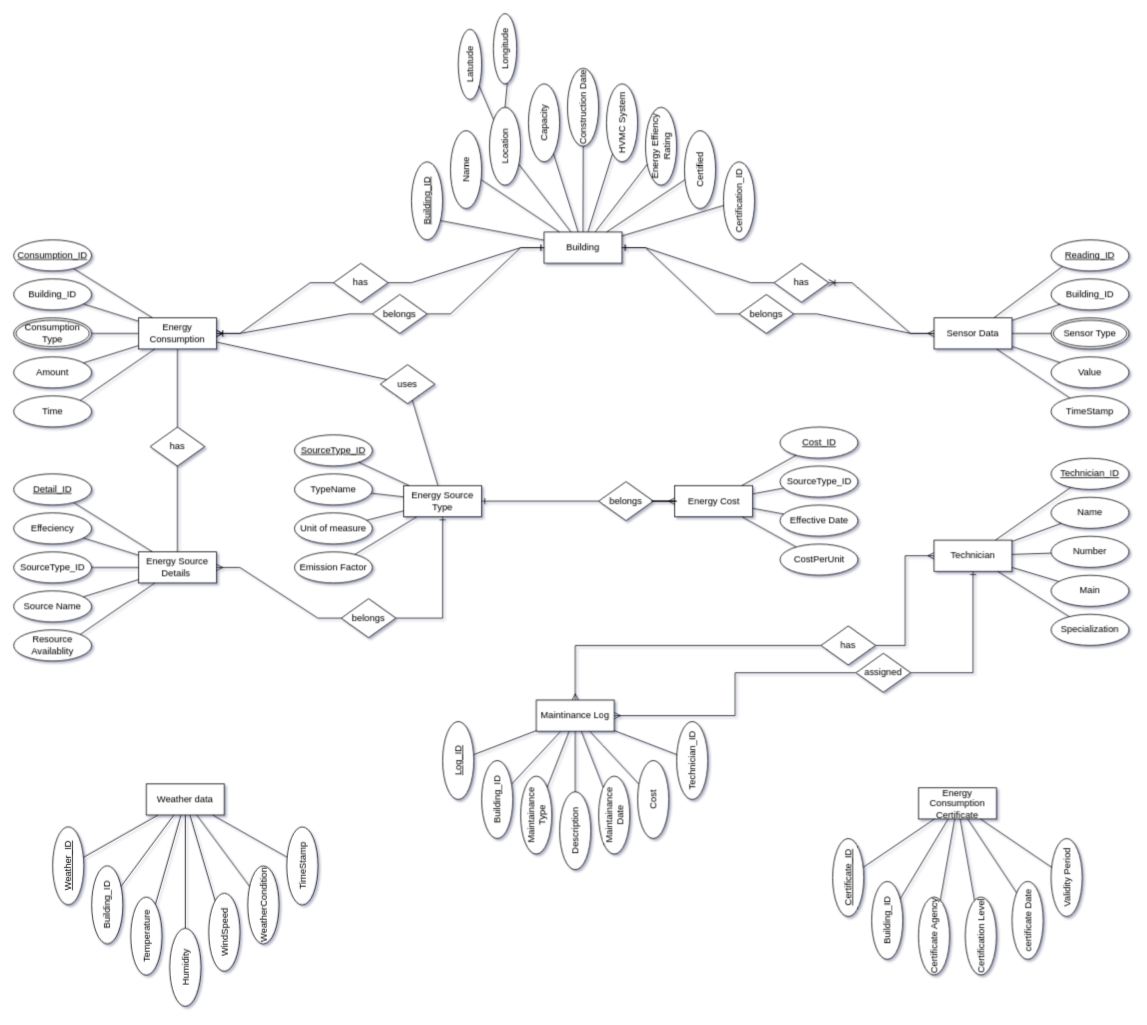
This is Energy.drawio from Navin2k4/DBMS_Lab, a draw.io file, before an edit. Source tidied: cells renumbered, new cells numbered last; positions are measured from the earlier drawing's top-left corner, leaving out a move shared by most shapes. Both pictures are drawn from the tidied source at 78%, with x=0, y=0 at pixel (13, 37).
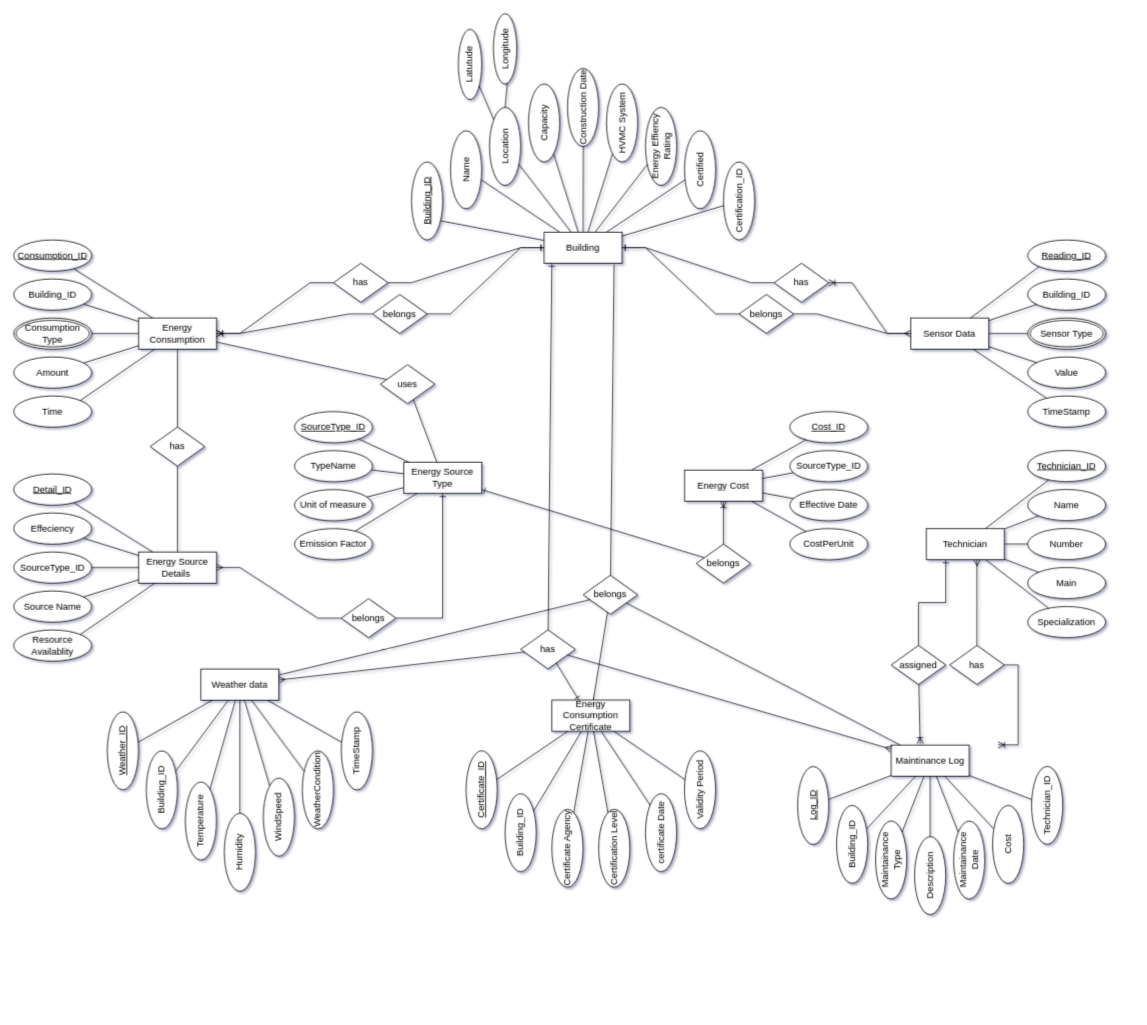
The same diagram, later.

The change refers to these unchanged cells:
```xml
<mxCell id="2" value="Building" style="whiteSpace=wrap;html=1;align=center;" parent="1" vertex="1">
  <mxGeometry x="680" y="250" width="100" height="40" as="geometry" />
</mxCell>
```

Change to the diagram source:
```diff
@@
     <mxCell id="25" value="Sensor Data" style="whiteSpace=wrap;html=1;align=center;" parent="1" vertex="1">
-      <mxGeometry x="1180" y="360" width="100" height="40" as="geometry" />
+      <mxGeometry x="1150" y="360" width="100" height="40" as="geometry" />
     </mxCell>
     <mxCell id="26" value="Building_ID" style="ellipse;whiteSpace=wrap;html=1;align=center;" parent="1" vertex="1">
-      <mxGeometry x="1330" y="310" width="100" height="40" as="geometry" />
+      <mxGeometry x="1300" y="310" width="100" height="40" as="geometry" />
     </mxCell>
     <mxCell id="27" value="Reading_ID" style="ellipse;whiteSpace=wrap;html=1;align=center;fontStyle=4;" parent="1" vertex="1">
-      <mxGeometry x="1330" y="260" width="100" height="40" as="geometry" />
+      <mxGeometry x="1300" y="260" width="100" height="40" as="geometry" />
     </mxCell>
     <mxCell id="28" value="Sensor Type" style="ellipse;shape=doubleEllipse;margin=3;whiteSpace=wrap;html=1;align=center;" parent="1" vertex="1">
-      <mxGeometry x="1330" y="360" width="100" height="40" as="geometry" />
+      <mxGeometry x="1300" y="360" width="100" height="40" as="geometry" />
     </mxCell>
     <mxCell id="29" value="Value" style="ellipse;whiteSpace=wrap;html=1;align=center;" parent="1" vertex="1">
-      <mxGeometry x="1330" y="410" width="100" height="40" as="geometry" />
+      <mxGeometry x="1300" y="410" width="100" height="40" as="geometry" />
     </mxCell>
     <mxCell id="30" value="TimeStamp" style="ellipse;whiteSpace=wrap;html=1;align=center;" parent="1" vertex="1">
-      <mxGeometry x="1330" y="460" width="100" height="40" as="geometry" />
+      <mxGeometry x="1300" y="460" width="100" height="40" as="geometry" />
     </mxCell>
@@
     <mxCell id="47" value="Energy Source Type" style="whiteSpace=wrap;html=1;align=center;" parent="1" vertex="1">
-      <mxGeometry x="500" y="575" width="100" height="40" as="geometry" />
+      <mxGeometry x="500" y="545" width="100" height="40" as="geometry" />
     </mxCell>
@@
     <mxCell id="54" value="SourceType_ID" style="ellipse;whiteSpace=wrap;html=1;align=center;fontStyle=4;" parent="1" vertex="1">
-      <mxGeometry x="360" y="510" width="100" height="40" as="geometry" />
+      <mxGeometry x="360" y="480" width="100" height="40" as="geometry" />
     </mxCell>
     <mxCell id="55" value="TypeName" style="ellipse;whiteSpace=wrap;html=1;align=center;" parent="1" vertex="1">
-      <mxGeometry x="360" y="560" width="100" height="40" as="geometry" />
+      <mxGeometry x="360" y="530" width="100" height="40" as="geometry" />
     </mxCell>
     <mxCell id="56" value="Emission Factor" style="ellipse;whiteSpace=wrap;html=1;align=center;" parent="1" vertex="1">
-      <mxGeometry x="360" y="660" width="100" height="40" as="geometry" />
+      <mxGeometry x="360" y="630" width="100" height="40" as="geometry" />
     </mxCell>
     <mxCell id="57" value="Unit of measure" style="ellipse;whiteSpace=wrap;html=1;align=center;" parent="1" vertex="1">
-      <mxGeometry x="360" y="610" width="100" height="40" as="geometry" />
+      <mxGeometry x="360" y="580" width="100" height="40" as="geometry" />
     </mxCell>
@@
     <mxCell id="67" value="Energy Cost" style="whiteSpace=wrap;html=1;align=center;" parent="1" vertex="1">
-      <mxGeometry x="847.5" y="575" width="100" height="40" as="geometry" />
+      <mxGeometry x="860" y="555" width="100" height="40" as="geometry" />
     </mxCell>
     <mxCell id="68" value="Cost_ID" style="ellipse;whiteSpace=wrap;html=1;align=center;fontStyle=4;" parent="1" vertex="1">
-      <mxGeometry x="982.5" y="500" width="100" height="40" as="geometry" />
+      <mxGeometry x="995" y="480" width="100" height="40" as="geometry" />
     </mxCell>
     <mxCell id="69" value="SourceType_ID" style="ellipse;whiteSpace=wrap;html=1;align=center;" parent="1" vertex="1">
-      <mxGeometry x="982.5" y="550" width="100" height="40" as="geometry" />
+      <mxGeometry x="995" y="530" width="100" height="40" as="geometry" />
     </mxCell>
     <mxCell id="70" value="CostPerUnit" style="ellipse;whiteSpace=wrap;html=1;align=center;" parent="1" vertex="1">
-      <mxGeometry x="982.5" y="650" width="100" height="40" as="geometry" />
+      <mxGeometry x="995" y="630" width="100" height="40" as="geometry" />
     </mxCell>
     <mxCell id="71" value="Effective Date" style="ellipse;whiteSpace=wrap;html=1;align=center;" parent="1" vertex="1">
-      <mxGeometry x="982.5" y="600" width="100" height="40" as="geometry" />
+      <mxGeometry x="995" y="580" width="100" height="40" as="geometry" />
     </mxCell>
@@
     <mxCell id="76" value="Weather data" style="whiteSpace=wrap;html=1;align=center;rotation=0;" parent="1" vertex="1">
-      <mxGeometry x="170" y="957.5" width="100" height="40" as="geometry" />
+      <mxGeometry x="240" y="810" width="100" height="40" as="geometry" />
     </mxCell>
     <mxCell id="77" value="Weather_ID" style="ellipse;whiteSpace=wrap;html=1;align=center;fontStyle=4;rotation=-90;" parent="1" vertex="1">
-      <mxGeometry x="20" y="1042.5" width="100" height="40" as="geometry" />
+      <mxGeometry x="90" y="895" width="100" height="40" as="geometry" />
     </mxCell>
     <mxCell id="78" value="Building_ID" style="ellipse;whiteSpace=wrap;html=1;align=center;rotation=-90;" parent="1" vertex="1">
-      <mxGeometry x="70" y="1092.5" width="100" height="40" as="geometry" />
+      <mxGeometry x="140" y="945" width="100" height="40" as="geometry" />
     </mxCell>
     <mxCell id="79" value="WindSpeed" style="ellipse;whiteSpace=wrap;html=1;align=center;rotation=-90;" parent="1" vertex="1">
-      <mxGeometry x="220" y="1127.5" width="100" height="40" as="geometry" />
+      <mxGeometry x="290" y="980" width="100" height="40" as="geometry" />
     </mxCell>
     <mxCell id="80" value="Humidity" style="ellipse;whiteSpace=wrap;html=1;align=center;rotation=-90;" parent="1" vertex="1">
-      <mxGeometry x="170" y="1172.5" width="100" height="40" as="geometry" />
+      <mxGeometry x="240" y="1025" width="100" height="40" as="geometry" />
     </mxCell>
     <mxCell id="81" value="Temperature" style="ellipse;whiteSpace=wrap;html=1;align=center;rotation=-90;" parent="1" vertex="1">
-      <mxGeometry x="120" y="1132.5" width="100" height="40" as="geometry" />
+      <mxGeometry x="190" y="985" width="100" height="40" as="geometry" />
     </mxCell>
@@
     <mxCell id="87" value="WeatherCondition" style="ellipse;whiteSpace=wrap;html=1;align=center;rotation=-90;" parent="1" vertex="1">
-      <mxGeometry x="270" y="1092.5" width="100" height="40" as="geometry" />
+      <mxGeometry x="340" y="945" width="100" height="40" as="geometry" />
     </mxCell>
     <mxCell id="88" value="TimeStamp" style="ellipse;whiteSpace=wrap;html=1;align=center;rotation=-90;" parent="1" vertex="1">
-      <mxGeometry x="320" y="1042.5" width="100" height="40" as="geometry" />
+      <mxGeometry x="390" y="895" width="100" height="40" as="geometry" />
     </mxCell>
@@
     <mxCell id="91" value="Maintinance Log" style="whiteSpace=wrap;html=1;align=center;" parent="1" vertex="1">
-      <mxGeometry x="670" y="850" width="100" height="40" as="geometry" />
+      <mxGeometry x="1125" y="907.5" width="100" height="40" as="geometry" />
     </mxCell>
     <mxCell id="92" value="Log_ID" style="ellipse;whiteSpace=wrap;html=1;align=center;fontStyle=4;rotation=-90;" parent="1" vertex="1">
-      <mxGeometry x="520" y="907.5" width="100" height="40" as="geometry" />
+      <mxGeometry x="975" y="965" width="100" height="40" as="geometry" />
     </mxCell>
     <mxCell id="93" value="Building_ID" style="ellipse;whiteSpace=wrap;html=1;align=center;rotation=-90;" parent="1" vertex="1">
-      <mxGeometry x="570" y="957.5" width="100" height="40" as="geometry" />
+      <mxGeometry x="1025" y="1015" width="100" height="40" as="geometry" />
     </mxCell>
     <mxCell id="94" value="Maintainance Date" style="ellipse;whiteSpace=wrap;html=1;align=center;rotation=-90;" parent="1" vertex="1">
-      <mxGeometry x="720" y="977.5" width="100" height="40" as="geometry" />
+      <mxGeometry x="1175" y="1035" width="100" height="40" as="geometry" />
     </mxCell>
     <mxCell id="95" value="Description" style="ellipse;whiteSpace=wrap;html=1;align=center;rotation=-90;" parent="1" vertex="1">
-      <mxGeometry x="670" y="997.5" width="100" height="40" as="geometry" />
+      <mxGeometry x="1125" y="1055" width="100" height="40" as="geometry" />
     </mxCell>
     <mxCell id="96" value="Maintainance Type" style="ellipse;whiteSpace=wrap;html=1;align=center;rotation=-90;" parent="1" vertex="1">
-      <mxGeometry x="620" y="977.5" width="100" height="40" as="geometry" />
+      <mxGeometry x="1075" y="1035" width="100" height="40" as="geometry" />
     </mxCell>
@@
     <mxCell id="102" value="Cost" style="ellipse;whiteSpace=wrap;html=1;align=center;rotation=-90;" parent="1" vertex="1">
-      <mxGeometry x="770" y="957.5" width="100" height="40" as="geometry" />
+      <mxGeometry x="1225" y="1015" width="100" height="40" as="geometry" />
     </mxCell>
     <mxCell id="103" value="Technician_ID" style="ellipse;whiteSpace=wrap;html=1;align=center;rotation=-90;" parent="1" vertex="1">
-      <mxGeometry x="820" y="907.5" width="100" height="40" as="geometry" />
+      <mxGeometry x="1275" y="965" width="100" height="40" as="geometry" />
     </mxCell>
@@
     <mxCell id="106" value="Technician" style="whiteSpace=wrap;html=1;align=center;" parent="1" vertex="1">
-      <mxGeometry x="1180" y="645" width="100" height="40" as="geometry" />
+      <mxGeometry x="1170" y="630" width="100" height="40" as="geometry" />
     </mxCell>
     <mxCell id="107" value="Technician_ID" style="ellipse;whiteSpace=wrap;html=1;align=center;fontStyle=4;" parent="1" vertex="1">
-      <mxGeometry x="1330" y="540" width="100" height="40" as="geometry" />
+      <mxGeometry x="1300" y="530" width="100" height="40" as="geometry" />
     </mxCell>
     <mxCell id="108" value="Name" style="ellipse;whiteSpace=wrap;html=1;align=center;" parent="1" vertex="1">
-      <mxGeometry x="1330" y="590" width="100" height="40" as="geometry" />
+      <mxGeometry x="1300" y="580" width="100" height="40" as="geometry" />
     </mxCell>
     <mxCell id="109" value="Specialization" style="ellipse;whiteSpace=wrap;html=1;align=center;" parent="1" vertex="1">
-      <mxGeometry x="1330" y="740" width="100" height="40" as="geometry" />
+      <mxGeometry x="1300" y="730" width="100" height="40" as="geometry" />
     </mxCell>
     <mxCell id="110" value="Main" style="ellipse;whiteSpace=wrap;html=1;align=center;" parent="1" vertex="1">
-      <mxGeometry x="1330" y="690" width="100" height="40" as="geometry" />
+      <mxGeometry x="1300" y="680" width="100" height="40" as="geometry" />
     </mxCell>
     <mxCell id="111" value="Number" style="ellipse;whiteSpace=wrap;html=1;align=center;" parent="1" vertex="1">
-      <mxGeometry x="1330" y="640" width="100" height="40" as="geometry" />
+      <mxGeometry x="1300" y="630" width="100" height="40" as="geometry" />
     </mxCell>
@@
     <mxCell id="117" value="Energy Consumption&lt;br&gt;Certificate" style="whiteSpace=wrap;html=1;align=center;" parent="1" vertex="1">
-      <mxGeometry x="1160" y="962.5" width="100" height="40" as="geometry" />
+      <mxGeometry x="690" y="850" width="100" height="40" as="geometry" />
     </mxCell>
     <mxCell id="118" value="Certificate_ID" style="ellipse;whiteSpace=wrap;html=1;align=center;fontStyle=4;rotation=-90;" parent="1" vertex="1">
-      <mxGeometry x="1020" y="1057.5" width="100" height="40" as="geometry" />
+      <mxGeometry x="550" y="945" width="100" height="40" as="geometry" />
     </mxCell>
     <mxCell id="119" value="Building_ID" style="ellipse;whiteSpace=wrap;html=1;align=center;rotation=-90;" parent="1" vertex="1">
-      <mxGeometry x="1070" y="1112.5" width="100" height="40" as="geometry" />
+      <mxGeometry x="600" y="1000" width="100" height="40" as="geometry" />
     </mxCell>
     <mxCell id="120" value="certificate Date" style="ellipse;whiteSpace=wrap;html=1;align=center;rotation=-90;" parent="1" vertex="1">
-      <mxGeometry x="1250" y="1112.5" width="100" height="40" as="geometry" />
+      <mxGeometry x="780" y="1000" width="100" height="40" as="geometry" />
     </mxCell>
     <mxCell id="121" value="Certification Level" style="ellipse;whiteSpace=wrap;html=1;align=center;rotation=-90;" parent="1" vertex="1">
-      <mxGeometry x="1190" y="1132.5" width="100" height="40" as="geometry" />
+      <mxGeometry x="720" y="1020" width="100" height="40" as="geometry" />
     </mxCell>
     <mxCell id="122" value="Certificate Agency" style="ellipse;whiteSpace=wrap;html=1;align=center;rotation=-90;" parent="1" vertex="1">
-      <mxGeometry x="1130" y="1132.5" width="100" height="40" as="geometry" />
+      <mxGeometry x="660" y="1020" width="100" height="40" as="geometry" />
     </mxCell>
@@
     <mxCell id="128" value="Validity Period" style="ellipse;whiteSpace=wrap;html=1;align=center;rotation=-90;" parent="1" vertex="1">
-      <mxGeometry x="1300" y="1057.5" width="100" height="40" as="geometry" />
+      <mxGeometry x="830" y="945" width="100" height="40" as="geometry" />
     </mxCell>
@@
     <mxCell id="151" value="belongs" style="shape=rhombus;perimeter=rhombusPerimeter;whiteSpace=wrap;html=1;align=center;fillColor=default;rounded=0;shadow=0;" parent="1" vertex="1">
-      <mxGeometry x="750" y="570" width="70" height="50" as="geometry" />
+      <mxGeometry x="875" y="650" width="70" height="50" as="geometry" />
     </mxCell>
@@
-    <mxCell id="153" style="edgeStyle=entityRelationEdgeStyle;fontSize=12;html=1;endArrow=ERmany;rounded=0;" parent="1" edge="1" source="151" target="67">
-      <mxGeometry relative="1" as="geometry">
-        <Array as="points">
-          <mxPoint x="890" y="600" />
-        </Array>
-      </mxGeometry>
-    </mxCell>
     <mxCell id="154" value="has" style="shape=rhombus;perimeter=rhombusPerimeter;whiteSpace=wrap;html=1;align=center;" parent="1" vertex="1">
-      <mxGeometry x="1035" y="755" width="70" height="50" as="geometry" />
+      <mxGeometry x="1200" y="780" width="70" height="50" as="geometry" />
     </mxCell>
     <mxCell id="155" value="assigned" style="shape=rhombus;perimeter=rhombusPerimeter;whiteSpace=wrap;html=1;align=center;" parent="1" vertex="1">
-      <mxGeometry x="1080" y="790" width="70" height="50" as="geometry" />
+      <mxGeometry x="1125" y="780" width="70" height="50" as="geometry" />
     </mxCell>
-    <mxCell id="156" style="edgeStyle=elbowEdgeStyle;fontSize=12;html=1;endArrow=ERmany;rounded=0;elbow=vertical;" parent="1" edge="1" source="154" target="91">
-      <mxGeometry relative="1" as="geometry">
-        <Array as="points">
-          <mxPoint x="720" y="780" />
-        </Array>
-      </mxGeometry>
-    </mxCell>
-    <mxCell id="157" style="edgeStyle=elbowEdgeStyle;fontSize=12;html=1;endArrow=ERmany;rounded=0;" parent="1" edge="1" source="154" target="106">
+    <mxCell id="157" style="fontSize=12;html=1;endArrow=ERmany;rounded=0;edgeStyle=elbowEdgeStyle;exitX=0.5;exitY=0;exitDx=0;exitDy=0;" parent="1" edge="1" source="154" target="106">
       <mxGeometry relative="1" as="geometry" />
     </mxCell>
+    <mxCell id="159" style="fontSize=12;html=1;endArrow=ERone;endFill=1;rounded=0;jumpSize=0;startSize=0;edgeStyle=orthogonalEdgeStyle;elbow=vertical;entryX=0.25;entryY=1;entryDx=0;entryDy=0;" parent="1" edge="1" source="155" target="106">
+      <mxGeometry relative="1" as="geometry" />
+    </mxCell>
+    <mxCell id="160" style="fontSize=12;html=1;endArrow=ERoneToMany;rounded=0;entryX=0.992;entryY=0.118;entryDx=0;entryDy=0;entryPerimeter=0;edgeStyle=elbowEdgeStyle;exitX=1;exitY=0.5;exitDx=0;exitDy=0;" parent="1" edge="1" source="154">
+      <mxGeometry relative="1" as="geometry">
+        <mxPoint x="1262.1" y="907.5" as="targetPoint" />
+        <Array as="points">
+          <mxPoint x="1287.9" y="835.3" />
+          <mxPoint x="1307.9" y="907.3" />
+        </Array>
+      </mxGeometry>
+    </mxCell>
+    <mxCell id="153" style="fontSize=12;html=1;endArrow=ERoneToMany;rounded=0;" parent="1" edge="1" source="151" target="67">
+      <mxGeometry relative="1" as="geometry" />
+    </mxCell>
+    <mxCell id="161" value="has" style="shape=rhombus;perimeter=rhombusPerimeter;whiteSpace=wrap;html=1;align=center;" parent="1" vertex="1">
+      <mxGeometry x="650" y="760" width="70" height="50" as="geometry" />
+    </mxCell>
+    <mxCell id="162" style="fontSize=12;html=1;endArrow=ERone;endFill=1;rounded=0;" parent="1" edge="1" source="161">
+      <mxGeometry relative="1" as="geometry">
+        <mxPoint x="690" y="290" as="targetPoint" />
+      </mxGeometry>
+    </mxCell>
+    <mxCell id="163" style="fontSize=12;html=1;endArrow=ERone;endFill=1;rounded=0;entryX=0.346;entryY=0.003;entryDx=0;entryDy=0;entryPerimeter=0;" parent="1" edge="1" source="161" target="117">
+      <mxGeometry relative="1" as="geometry" />
+    </mxCell>
+    <mxCell id="164" style="fontSize=12;html=1;endArrow=ERmany;rounded=0;" parent="1" edge="1" source="161" target="76">
+      <mxGeometry relative="1" as="geometry" />
+    </mxCell>
+    <mxCell id="165" style="fontSize=12;html=1;endArrow=ERmany;rounded=0;" parent="1" edge="1" source="161" target="91">
+      <mxGeometry relative="1" as="geometry" />
+    </mxCell>
+    <mxCell id="166" value="belongs" style="shape=rhombus;perimeter=rhombusPerimeter;whiteSpace=wrap;html=1;align=center;fillColor=default;rounded=0;shadow=0;" parent="1" vertex="1">
+      <mxGeometry x="730" y="690" width="70" height="50" as="geometry" />
+    </mxCell>
+    <mxCell id="167" style="endArrow=none;html=1;rounded=0;exitX=0.898;exitY=1.037;exitDx=0;exitDy=0;exitPerimeter=0;" parent="1" edge="1" source="2" target="166">
+      <mxGeometry relative="1" as="geometry" />
+    </mxCell>
+    <mxCell id="168" style="endArrow=none;html=1;rounded=0;" parent="1" edge="1" source="166" target="76">
+      <mxGeometry relative="1" as="geometry" />
+    </mxCell>
+    <mxCell id="169" style="endArrow=none;html=1;rounded=0;" parent="1" edge="1" source="166" target="91">
+      <mxGeometry relative="1" as="geometry" />
+    </mxCell>
+    <mxCell id="170" style="endArrow=none;html=1;rounded=0;" parent="1" edge="1" source="166" target="117">
+      <mxGeometry relative="1" as="geometry" />
+    </mxCell>
-    <mxCell id="158" style="edgeStyle=elbowEdgeStyle;fontSize=12;html=1;endArrow=ERmany;rounded=0;" parent="1" edge="1" source="155" target="91">
+    <mxCell id="158" style="fontSize=12;html=1;endArrow=ERoneToMany;rounded=0;entryX=0.372;entryY=-0.037;entryDx=0;entryDy=0;entryPerimeter=0;" parent="1" edge="1" source="155" target="91">
       <mxGeometry relative="1" as="geometry" />
     </mxCell>
-    <mxCell id="159" style="fontSize=12;html=1;endArrow=ERone;endFill=1;rounded=0;jumpSize=0;startSize=0;edgeStyle=orthogonalEdgeStyle;elbow=vertical;" parent="1" edge="1" source="155" target="106">
-      <mxGeometry relative="1" as="geometry" />
-    </mxCell>
```
